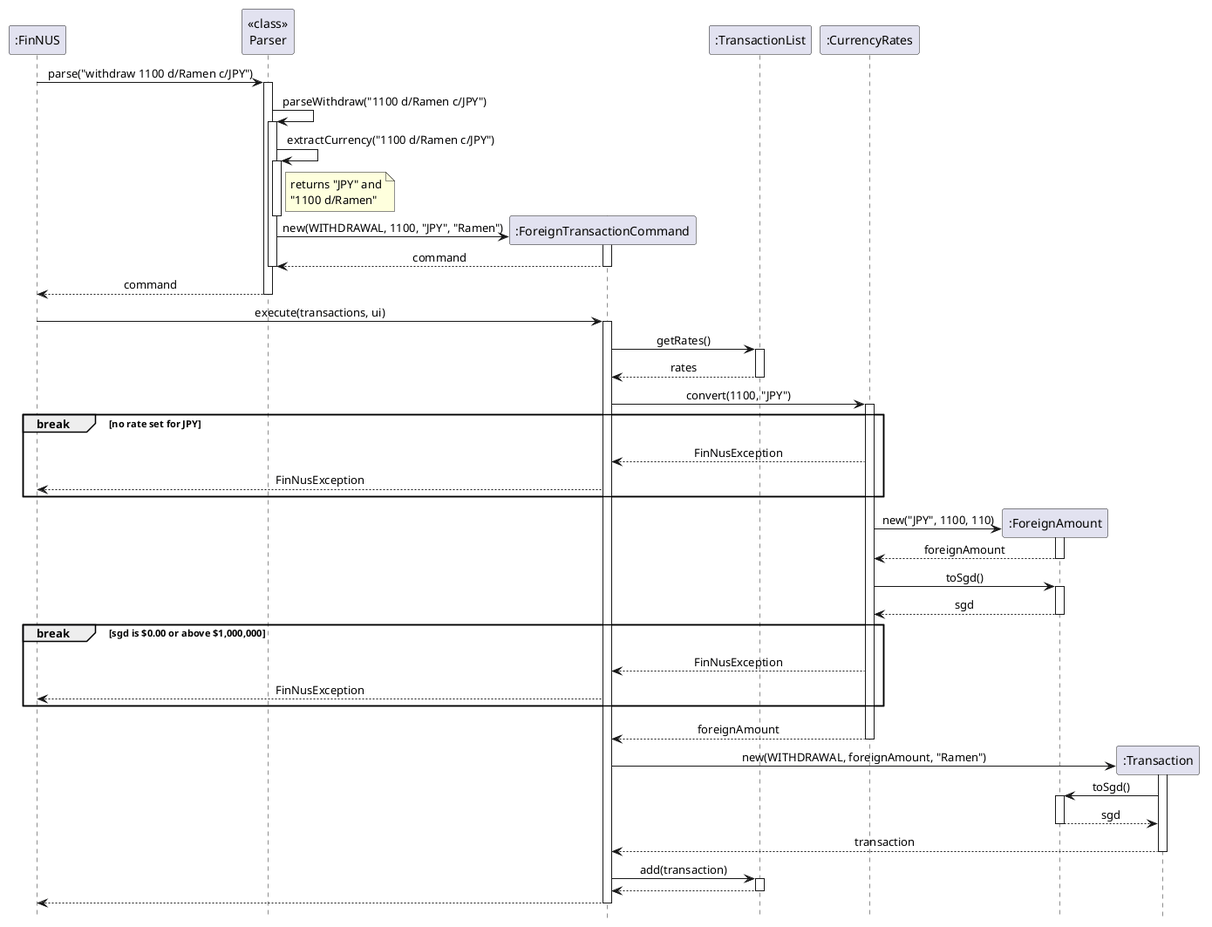
Earlier version of the PlantUML export docs/images/ForeignTransactionSequenceDiagram.png (AY2627S1-CS2113-W13-2/tp).
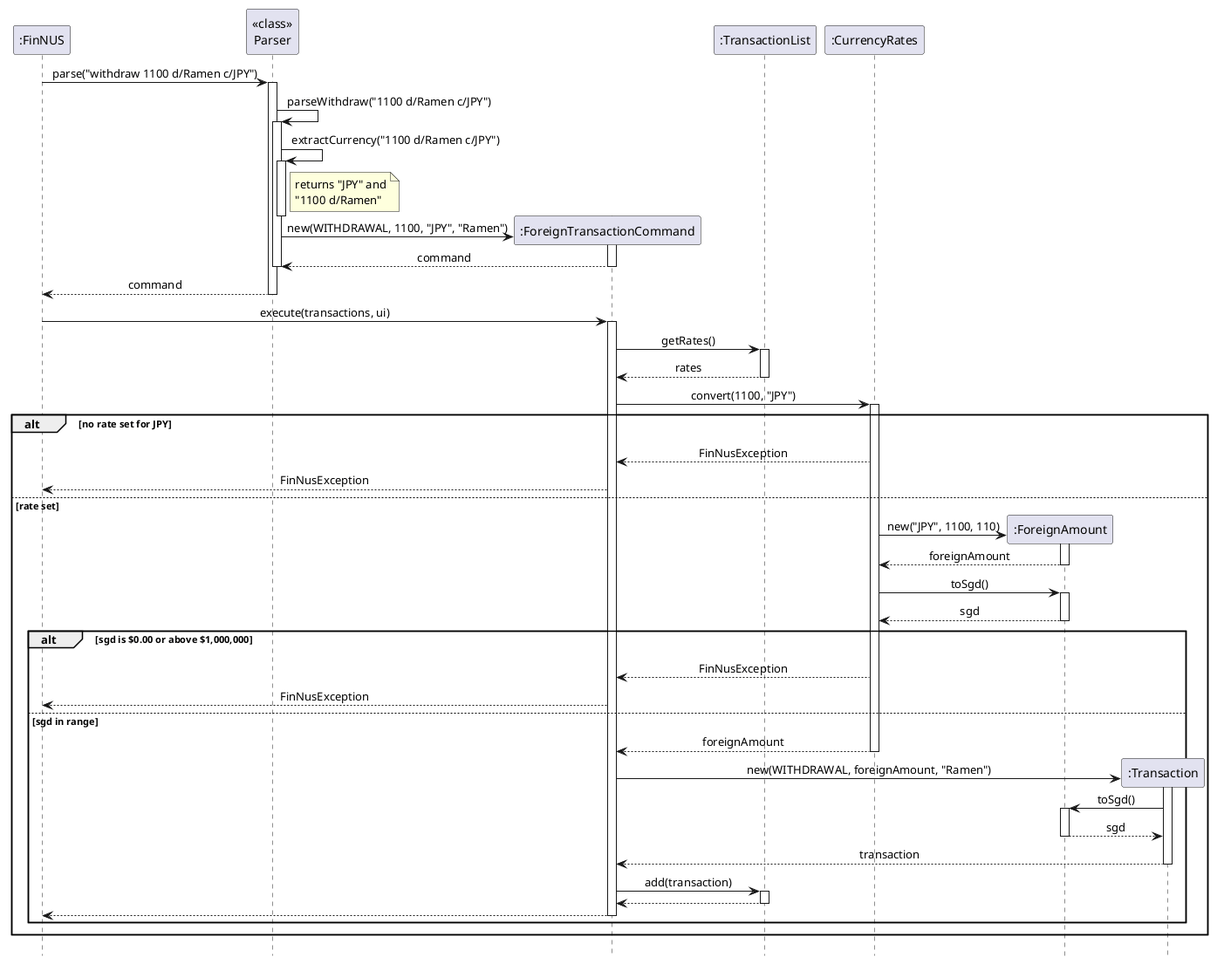
Above is the later version.

Commit message:
Fix sequence diagram notation from peer review

The edit, as a diff of the source:
```diff
@@ -38,44 +38,44 @@
 Command -> CurrencyRates : convert(1100, "JPY")
 activate CurrencyRates
 
-break no rate set for JPY
+alt no rate set for JPY
     CurrencyRates --> Command : FinNusException
     Command --> FinNUS : FinNusException
+else rate set
+    create ForeignAmount
+    CurrencyRates -> ForeignAmount : new("JPY", 1100, 110)
+    activate ForeignAmount
+    ForeignAmount --> CurrencyRates : foreignAmount
+    deactivate ForeignAmount
+    CurrencyRates -> ForeignAmount : toSgd()
+    activate ForeignAmount
+    ForeignAmount --> CurrencyRates : sgd
+    deactivate ForeignAmount
+
+    alt sgd is $0.00 or above $1,000,000
+        CurrencyRates --> Command : FinNusException
+        Command --> FinNUS : FinNusException
+    else sgd in range
+        CurrencyRates --> Command : foreignAmount
+        deactivate CurrencyRates
+
+        create Transaction
+        Command -> Transaction : new(WITHDRAWAL, foreignAmount, "Ramen")
+        activate Transaction
+        Transaction -> ForeignAmount : toSgd()
+        activate ForeignAmount
+        ForeignAmount --> Transaction : sgd
+        deactivate ForeignAmount
+        Transaction --> Command : transaction
+        deactivate Transaction
+
+        Command -> TransactionList : add(transaction)
+        activate TransactionList
+        TransactionList --> Command
+        deactivate TransactionList
+
+        Command --> FinNUS
+        deactivate Command
+    end
 end
-
-create ForeignAmount
-CurrencyRates -> ForeignAmount : new("JPY", 1100, 110)
-activate ForeignAmount
-ForeignAmount --> CurrencyRates : foreignAmount
-deactivate ForeignAmount
-CurrencyRates -> ForeignAmount : toSgd()
-activate ForeignAmount
-ForeignAmount --> CurrencyRates : sgd
-deactivate ForeignAmount
-
-break sgd is $0.00 or above $1,000,000
-    CurrencyRates --> Command : FinNusException
-    Command --> FinNUS : FinNusException
-end
-
-CurrencyRates --> Command : foreignAmount
-deactivate CurrencyRates
-
-create Transaction
-Command -> Transaction : new(WITHDRAWAL, foreignAmount, "Ramen")
-activate Transaction
-Transaction -> ForeignAmount : toSgd()
-activate ForeignAmount
-ForeignAmount --> Transaction : sgd
-deactivate ForeignAmount
-Transaction --> Command : transaction
-deactivate Transaction
-
-Command -> TransactionList : add(transaction)
-activate TransactionList
-TransactionList --> Command
-deactivate TransactionList
-
-Command --> FinNUS
-deactivate Command
 @enduml
```
